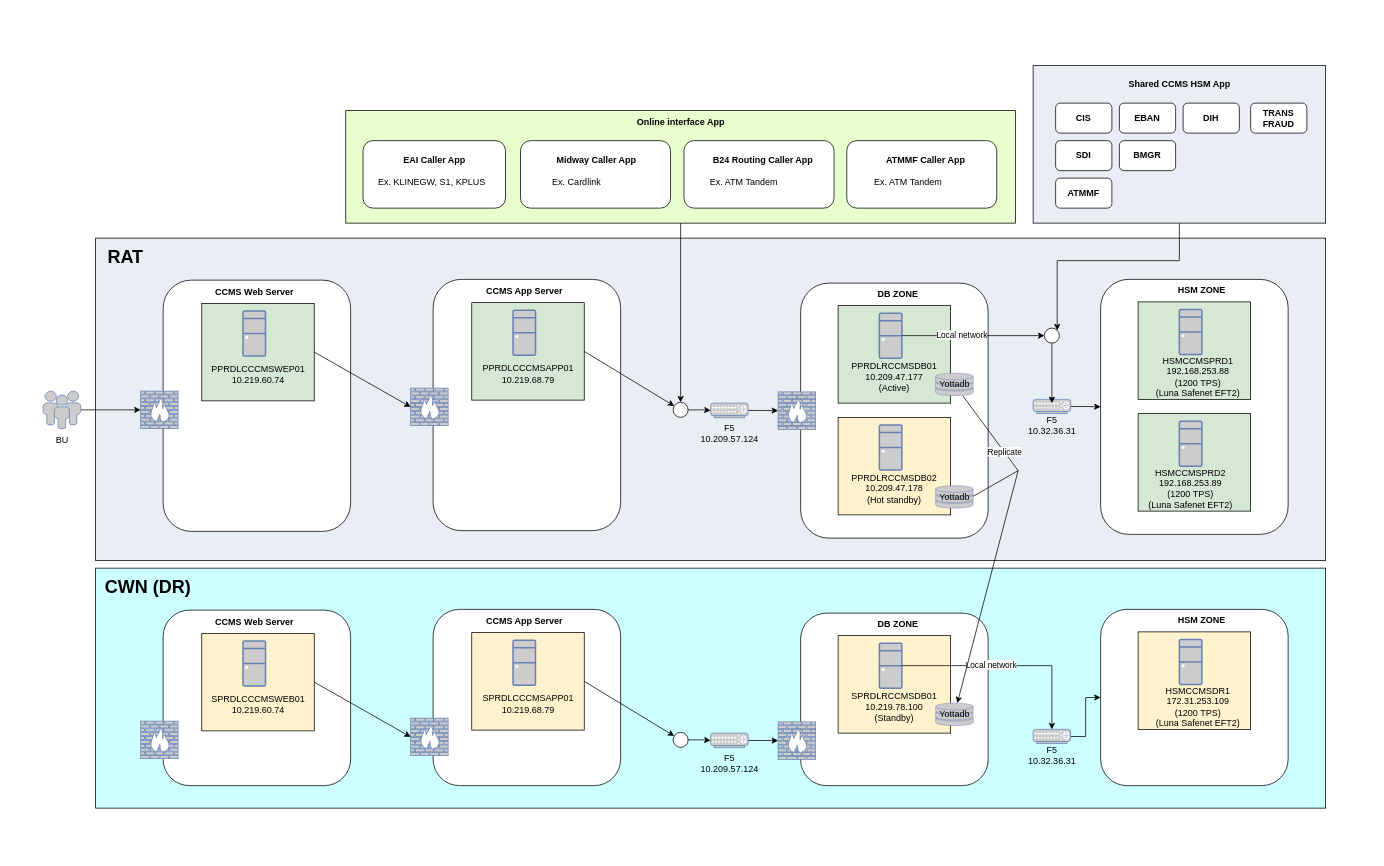
Before: page "System Diagram" (10 of 10) of CCMS_MFR_Diagram.drawio in chawaratr/drawio, a draw.io diagram. Source tidied: cells renumbered, new cells numbered last; positions are measured from the earlier drawing's top-left corner, leaving out a move shared by most shapes. Both pictures are drawn from the tidied source at 75%, with x=0, y=0 at pixel (43, 65).
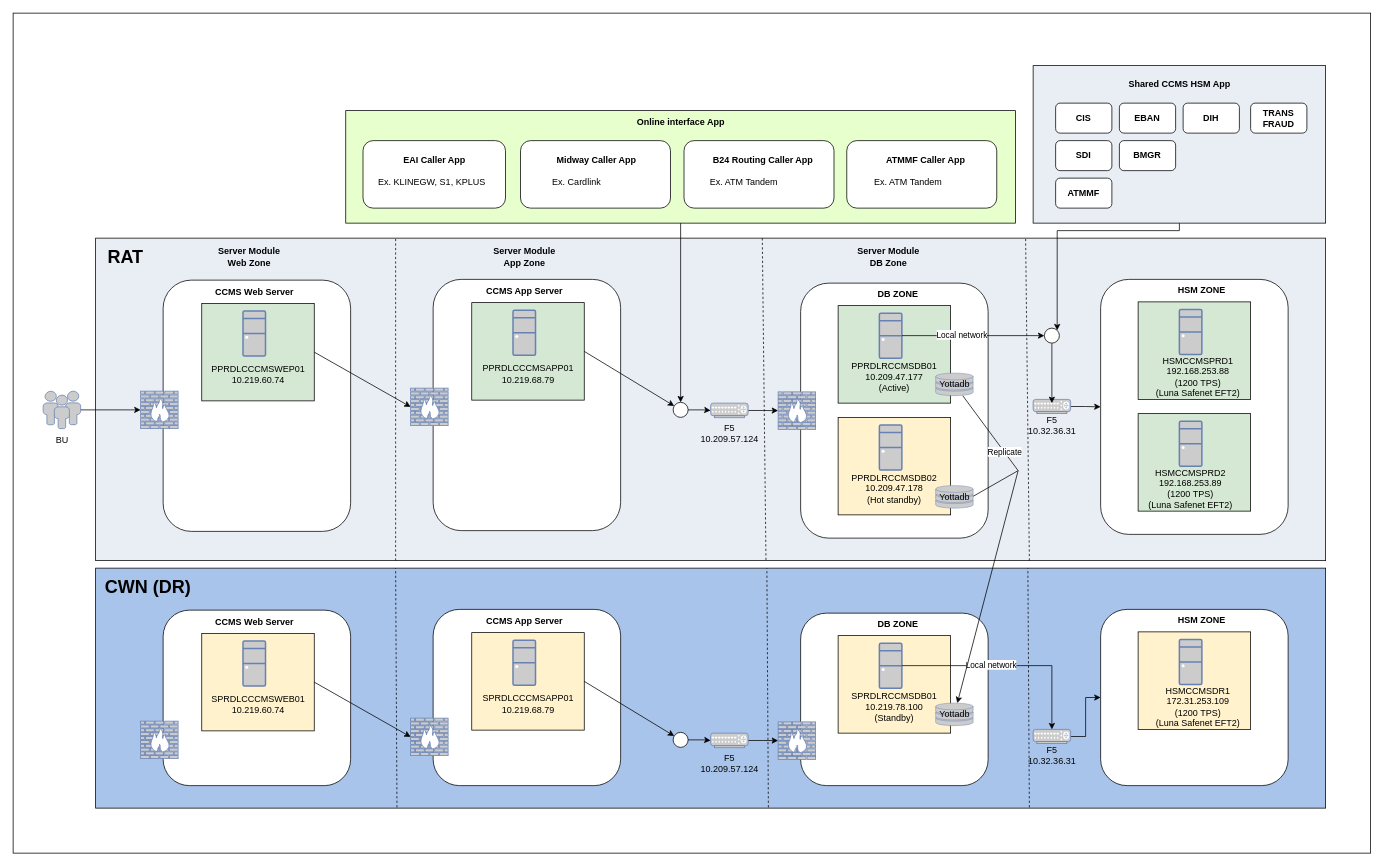
The same diagram, later.

Unchanged cells that the change refers to:
```xml
<mxCell id="3" style="rounded=0;whiteSpace=wrap;html=1;fillColor=#E9EEF5;" parent="1" vertex="1">
  <mxGeometry x="70" y="230" width="1640" height="430" as="geometry" />
</mxCell>
<mxCell id="112" style="ellipse;whiteSpace=wrap;html=1;" parent="1" vertex="1">
  <mxGeometry x="1335" y="350" width="20" height="20" as="geometry" />
</mxCell>
<mxCell id="114" style="rounded=0;whiteSpace=wrap;html=1;fillColor=#E9EEF5;" parent="1" vertex="1">
  <mxGeometry x="1320" width="390" height="210" as="geometry" />
</mxCell>
```

What changed in the source:
```diff
@@
+    <mxCell id="123" style="rounded=0;whiteSpace=wrap;html=1;" parent="1" vertex="1">
+      <mxGeometry x="-40" y="-70" width="1810" height="1120" as="geometry" />
+    </mxCell>
@@
-    <mxCell id="55" style="rounded=0;whiteSpace=wrap;html=1;fillColor=#CCFFFF;" parent="1" vertex="1">
+    <mxCell id="55" style="rounded=0;whiteSpace=wrap;html=1;fillColor=#A9C4EB;" parent="1" vertex="1">
       <mxGeometry x="70" y="670" width="1640" height="320" as="geometry" />
     </mxCell>
@@
     <mxCell id="113" style="edgeStyle=orthogonalEdgeStyle;rounded=0;jettySize=auto;html=1;entryX=1;entryY=0;entryDx=0;entryDy=0;fontStyle=1;fillColor=#FF3333;strokeColor=default;" parent="1" edge="1" source="114" target="112">
       <mxGeometry relative="1" as="geometry">
         <Array as="points">
-          <mxPoint x="1515" y="260" />
-          <mxPoint x="1352" y="260" />
+          <mxPoint x="1515" y="220" />
+          <mxPoint x="1352" y="220" />
         </Array>
       </mxGeometry>
     </mxCell>
@@
+    <mxCell id="124" style="endArrow=none;dashed=1;html=1;rounded=0;" parent="1" edge="1">
+      <mxGeometry relative="1" as="geometry">
+        <mxPoint x="470" y="660" as="sourcePoint" />
+        <mxPoint x="470" y="230" as="targetPoint" />
+      </mxGeometry>
+    </mxCell>
+    <mxCell id="125" style="endArrow=none;dashed=1;html=1;rounded=0;exitX=0.545;exitY=0.998;exitDx=0;exitDy=0;exitPerimeter=0;entryX=0.542;entryY=-0.002;entryDx=0;entryDy=0;entryPerimeter=0;" parent="1" edge="1" source="3" target="3">
+      <mxGeometry relative="1" as="geometry" />
+    </mxCell>
+    <mxCell id="126" value="Server Module Web Zone" style="text;html=1;strokeColor=none;fillColor=none;align=center;verticalAlign=middle;whiteSpace=wrap;rounded=0;fontStyle=1;" parent="1" vertex="1">
+      <mxGeometry x="220" y="240" width="110" height="30" as="geometry" />
+    </mxCell>
+    <mxCell id="127" value="Server Module App Zone" style="text;html=1;strokeColor=none;fillColor=none;align=center;verticalAlign=middle;whiteSpace=wrap;rounded=0;fontStyle=1;" parent="1" vertex="1">
+      <mxGeometry x="586.5" y="240" width="110" height="30" as="geometry" />
+    </mxCell>
+    <mxCell id="128" value="Server Module DB Zone" style="text;html=1;strokeColor=none;fillColor=none;align=center;verticalAlign=middle;whiteSpace=wrap;rounded=0;fontStyle=1;" parent="1" vertex="1">
+      <mxGeometry x="1075" y="240" width="105" height="30" as="geometry" />
+    </mxCell>
+    <mxCell id="129" style="endArrow=none;dashed=1;html=1;rounded=0;exitX=0.245;exitY=0.997;exitDx=0;exitDy=0;exitPerimeter=0;" parent="1" edge="1" source="55">
+      <mxGeometry relative="1" as="geometry">
+        <mxPoint x="470" y="670" as="targetPoint" />
+      </mxGeometry>
+    </mxCell>
+    <mxCell id="130" style="endArrow=none;dashed=1;html=1;rounded=0;exitX=0.245;exitY=0.997;exitDx=0;exitDy=0;exitPerimeter=0;" parent="1" edge="1">
+      <mxGeometry relative="1" as="geometry">
+        <mxPoint x="967" y="989" as="sourcePoint" />
+        <mxPoint x="965" y="670" as="targetPoint" />
+      </mxGeometry>
+    </mxCell>
+    <mxCell id="131" style="endArrow=none;dashed=1;html=1;rounded=0;exitX=0.545;exitY=0.998;exitDx=0;exitDy=0;exitPerimeter=0;entryX=0.542;entryY=-0.002;entryDx=0;entryDy=0;entryPerimeter=0;" parent="1" edge="1">
+      <mxGeometry relative="1" as="geometry">
+        <mxPoint x="1315" y="660" as="sourcePoint" />
+        <mxPoint x="1310" y="230" as="targetPoint" />
+      </mxGeometry>
+    </mxCell>
+    <mxCell id="132" style="endArrow=none;dashed=1;html=1;rounded=0;exitX=0.245;exitY=0.997;exitDx=0;exitDy=0;exitPerimeter=0;" parent="1" edge="1">
+      <mxGeometry relative="1" as="geometry">
+        <mxPoint x="1315" y="989" as="sourcePoint" />
+        <mxPoint x="1313" y="670" as="targetPoint" />
+      </mxGeometry>
+    </mxCell>
```
